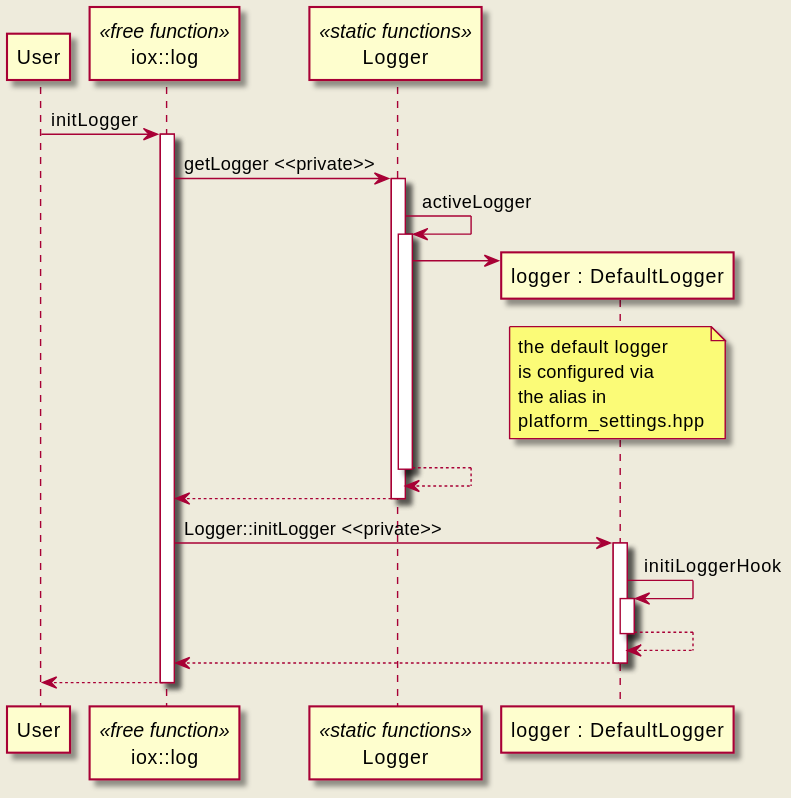
The PlantUML diagram doc/website/images/logger_compile_time_replacement.svg in eclipse-iceoryx/iceoryx, before a commit. Its source is kept beside it as doc/design/diagrams/logging/logger_compile_time_replacement.puml. The source it was exported from:
```plantuml
@startuml

participant User
participant "iox::log" as logFreeFunction << free function >>
participant Logger << static functions >>
participant "logger : DefaultLogger" as defaultLoggerInstance

User -> logFreeFunction ++ : initLogger

logFreeFunction -> Logger ++ : getLogger <<private>>
Logger -> Logger ++ : activeLogger
Logger -> defaultLoggerInstance **
note over defaultLoggerInstance
  the default logger
  is configured via
  the alias in
  platform_settings.hpp
end note
return
return

logFreeFunction -> defaultLoggerInstance ++ : Logger::initLogger <<private>>
defaultLoggerInstance -> defaultLoggerInstance ++ : initiLoggerHook
return
return

return

@enduml
```
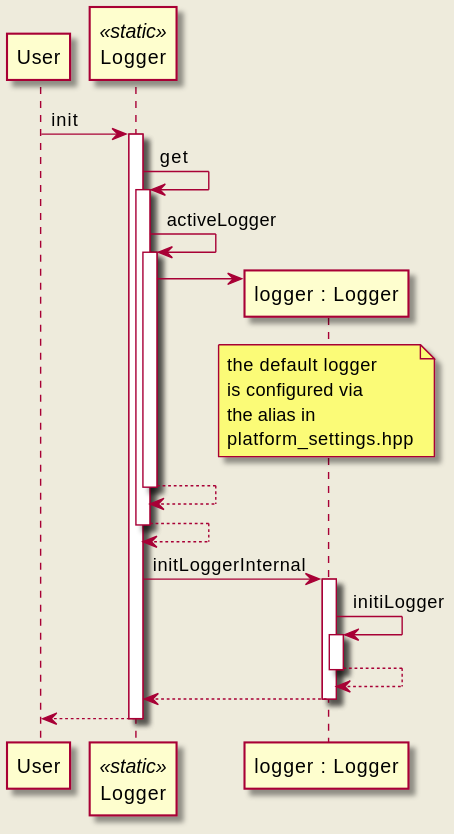
Above is the later version.

Commit message:
iox-#1345 Update logger design

Change to the diagram source:
```diff
@@ -1,16 +1,15 @@
 @startuml
 
 participant User
-participant "iox::log" as logFreeFunction << free function >>
-participant Logger << static functions >>
-participant "logger : DefaultLogger" as defaultLoggerInstance
+participant Logger << static >>
+participant "logger : Logger" as loggerInstance
 
-User -> logFreeFunction ++ : initLogger
+User -> Logger ++ : init
 
-logFreeFunction -> Logger ++ : getLogger <<private>>
+Logger -> Logger ++ : get
 Logger -> Logger ++ : activeLogger
-Logger -> defaultLoggerInstance **
-note over defaultLoggerInstance
+Logger -> loggerInstance **
+note over loggerInstance
   the default logger
   is configured via
   the alias in
@@ -19,8 +18,8 @@
 return
 return
 
-logFreeFunction -> defaultLoggerInstance ++ : Logger::initLogger <<private>>
-defaultLoggerInstance -> defaultLoggerInstance ++ : initiLoggerHook
+Logger -> loggerInstance ++ : initLoggerInternal
+loggerInstance -> loggerInstance ++ : initiLogger
 return
 return
 
```
